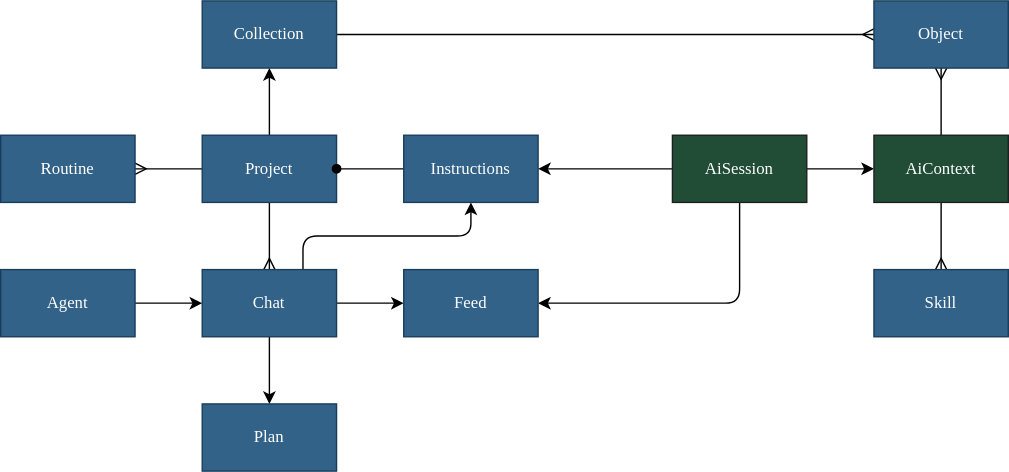
Above: packages/core/compute/assistant/docs/project.drawio.svg in dxos/dxos (draw.io), before the change. Source tidied: cells renumbered, new cells last; positions are measured from the earlier drawing's top-left corner, leaving out a move shared by most shapes.
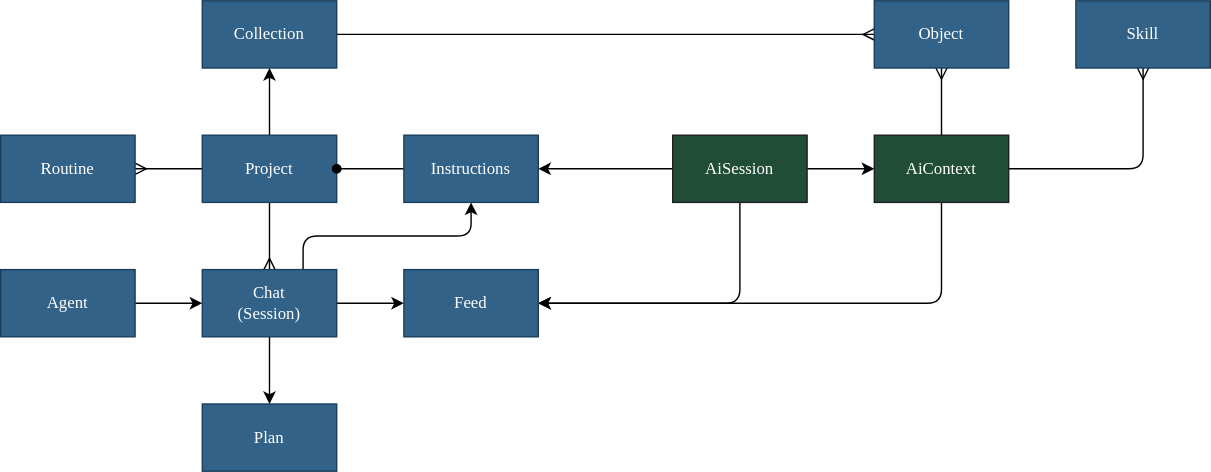
The same file after the commit.

The edit, as a diff of the source:
```diff
@@ -34,7 +34,7 @@
     <mxCell id="10" style="edgeStyle=none;html=1;exitX=1;exitY=0.5;exitDx=0;exitDy=0;fontFamily=Space Grotesk;startArrow=none;startFill=0;endArrow=classic;endFill=1;" parent="1" edge="1" source="11" target="22">
       <mxGeometry relative="1" as="geometry" />
     </mxCell>
-    <mxCell id="11" value="Chat" style="rounded=0;whiteSpace=wrap;html=1;fillColor=#326288;fontColor=#FFFFFF;strokeColor=#193D5A;fontFamily=Space Grotesk;" parent="1" vertex="1">
+    <mxCell id="11" value="Chat&lt;br&gt;(Session)" style="rounded=0;whiteSpace=wrap;html=1;fillColor=#326288;fontColor=#FFFFFF;strokeColor=#193D5A;fontFamily=Space Grotesk;" parent="1" vertex="1">
       <mxGeometry x="144" y="192" width="96" height="48" as="geometry" />
     </mxCell>
     <mxCell id="12" value="Plan" style="rounded=0;whiteSpace=wrap;html=1;fillColor=#326288;fontColor=#FFFFFF;strokeColor=#193D5A;fontFamily=Space Grotesk;" parent="1" vertex="1">
@@ -62,12 +62,23 @@
     <mxCell id="18" value="AiSession" style="rounded=0;whiteSpace=wrap;html=1;fillColor=#214D37;fontColor=#FFFFFF;strokeColor=#1E1F20;fontFamily=Space Grotesk;" parent="1" vertex="1">
       <mxGeometry x="480" y="96" width="96" height="48" as="geometry" />
     </mxCell>
-    <mxCell id="19" style="edgeStyle=none;html=1;exitX=0.5;exitY=1;exitDx=0;exitDy=0;fontFamily=Space Grotesk;startArrow=none;startFill=0;endArrow=ERmany;endFill=0;" parent="1" edge="1" source="21" target="27">
-      <mxGeometry relative="1" as="geometry" />
+    <mxCell id="19" style="edgeStyle=none;html=1;fontFamily=Space Grotesk;startArrow=none;startFill=0;endArrow=ERmany;endFill=0;" parent="1" edge="1" source="21" target="27">
+      <mxGeometry relative="1" as="geometry">
+        <Array as="points">
+          <mxPoint x="816" y="120" />
+        </Array>
+      </mxGeometry>
     </mxCell>
     <mxCell id="20" style="edgeStyle=none;html=1;exitX=0.5;exitY=0;exitDx=0;exitDy=0;fontFamily=Space Grotesk;startArrow=none;startFill=0;endArrow=ERmany;endFill=0;" parent="1" edge="1" source="21" target="26">
       <mxGeometry relative="1" as="geometry" />
     </mxCell>
+    <mxCell id="28" style="edgeStyle=none;html=1;exitX=0.5;exitY=1;exitDx=0;exitDy=0;entryX=1;entryY=0.5;entryDx=0;entryDy=0;fontFamily=Space Grotesk;startArrow=none;startFill=0;endArrow=classic;endFill=1;" parent="1" edge="1" source="21" target="22">
+      <mxGeometry relative="1" as="geometry">
+        <Array as="points">
+          <mxPoint x="672" y="216" />
+        </Array>
+      </mxGeometry>
+    </mxCell>
     <mxCell id="21" value="AiContext" style="rounded=0;whiteSpace=wrap;html=1;fillColor=#214D37;fontColor=#FFFFFF;strokeColor=#1E1F20;fontFamily=Space Grotesk;" parent="1" vertex="1">
       <mxGeometry x="624" y="96" width="96" height="48" as="geometry" />
     </mxCell>
@@ -87,7 +98,7 @@
       <mxGeometry x="624" width="96" height="48" as="geometry" />
     </mxCell>
     <mxCell id="27" value="Skill" style="rounded=0;whiteSpace=wrap;html=1;fillColor=#326288;fontColor=#FFFFFF;strokeColor=#193D5A;fontFamily=Space Grotesk;" parent="1" vertex="1">
-      <mxGeometry x="624" y="192" width="96" height="48" as="geometry" />
+      <mxGeometry x="768" width="96" height="48" as="geometry" />
     </mxCell>
   </root>
 </mxGraphModel>
```
